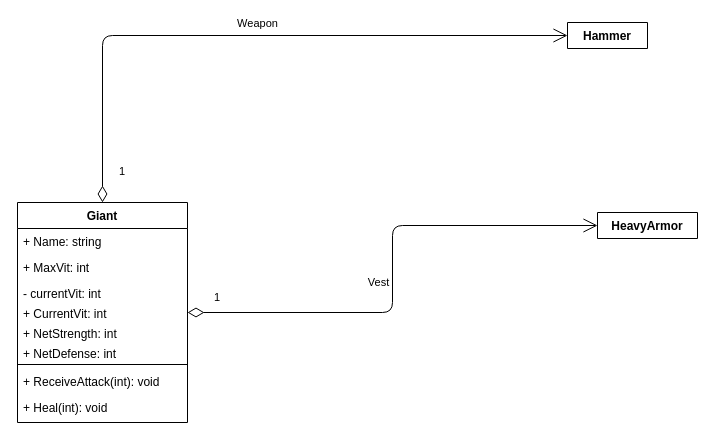
Above: Assets/UML-diagrams/Giant.drawio in ProgramacionII-Equipo3/PII_RoleplayGame_1_Start (draw.io), before the change. Source tidied: cells renumbered, new cells numbered last; positions are measured from the earlier drawing's top-left corner, leaving out a move shared by most shapes. Both pictures are drawn from the tidied source at 100%, with x=0, y=0 at pixel (17, 22).
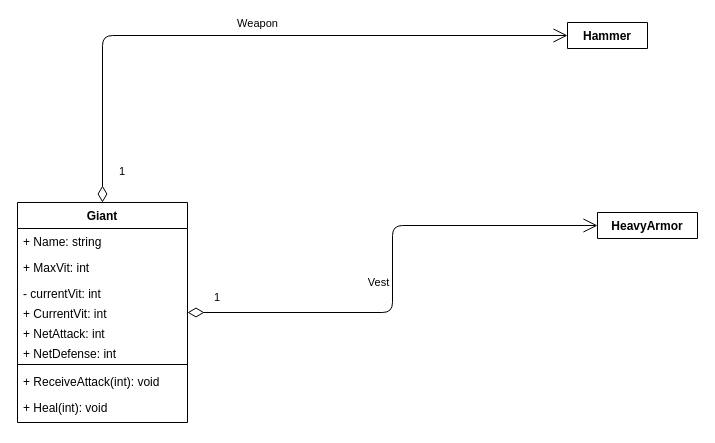
Above is the later version.

The change refers to these unchanged cells:
```xml
<mxCell id="2" value="Giant" style="swimlane;fontStyle=1;align=center;verticalAlign=top;horizontal=1;startSize=26;" parent="1" vertex="1">
  <mxGeometry y="180" width="170" height="220" as="geometry" />
</mxCell>
```

The edit, as a diff of the source:
```diff
@@
-    <mxCell id="7" value="+ NetStrength: int" style="text;strokeColor=none;fillColor=none;align=left;verticalAlign=top;spacingLeft=4;spacingRight=4;overflow=hidden;" parent="2" vertex="1">
+    <mxCell id="7" value="+ NetAttack: int" style="text;strokeColor=none;fillColor=none;align=left;verticalAlign=top;spacingLeft=4;spacingRight=4;overflow=hidden;" parent="2" vertex="1">
       <mxGeometry y="118" width="170" height="20" as="geometry" />
     </mxCell>
```
